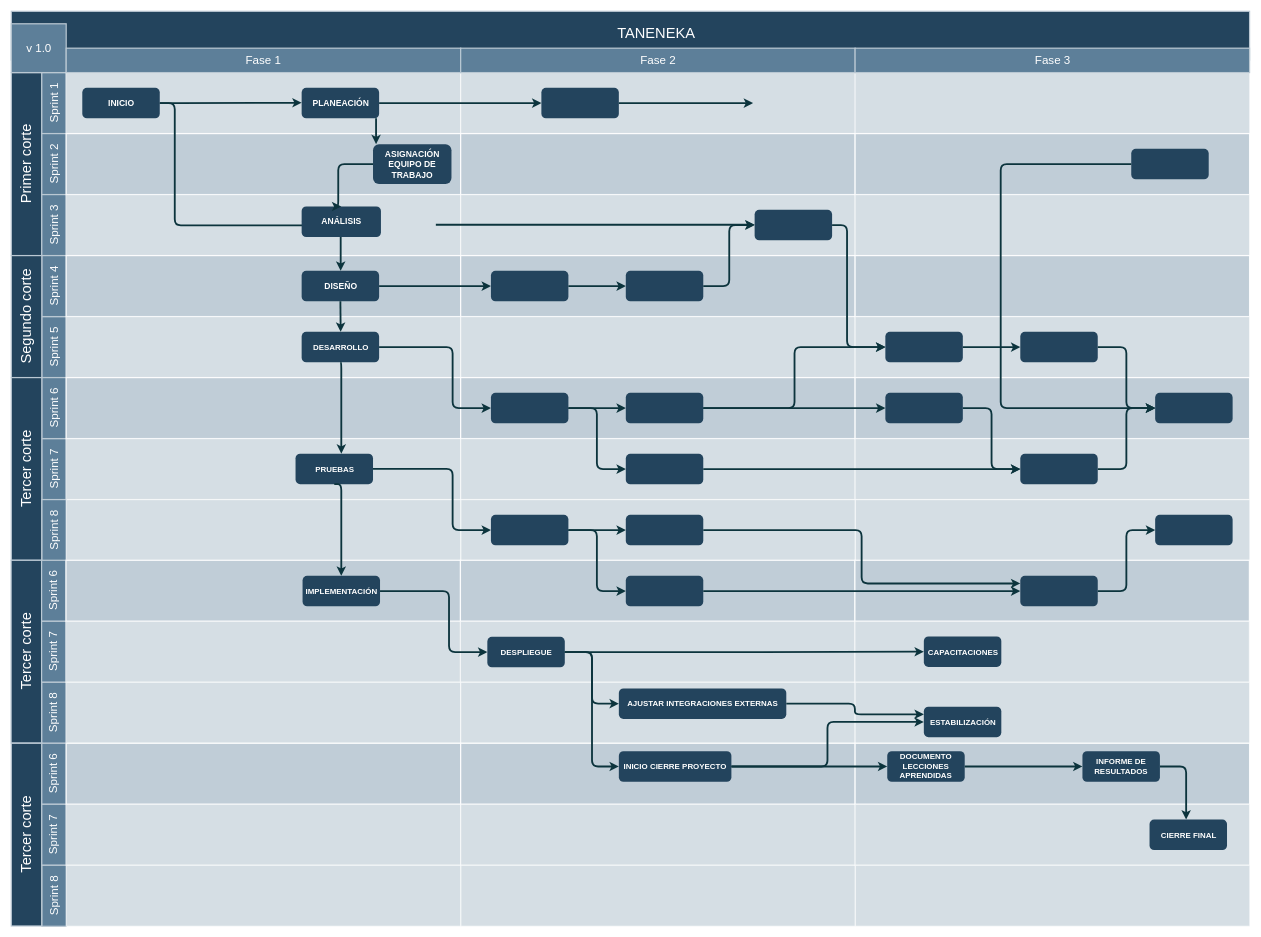
The draw.io diagram src/Untitled Diagram.drawio in lilitoones/ejercicios-open-bootcamp, before the edit. Source tidied: cells renumbered, new cells numbered last; positions are measured from the earlier drawing's top-left corner, leaving out a move shared by most shapes. Both pictures are drawn from the tidied source at 61%, with x=0, y=0 at pixel (11, 11).
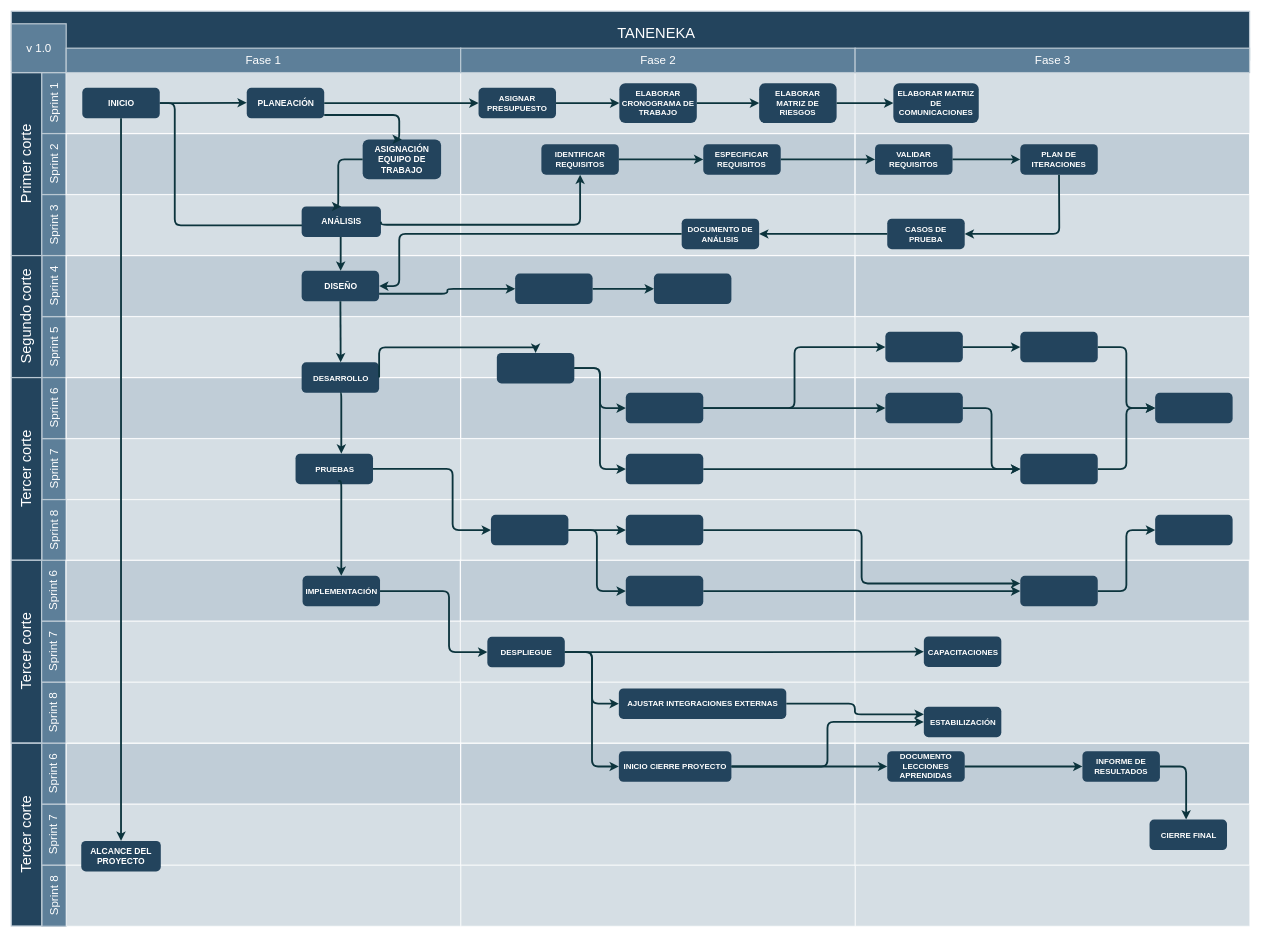
After the change.

The change refers to these unchanged cells:
```xml
<mxCell id="36" value="&lt;font style=&quot;vertical-align: inherit ; font-size: 14px&quot; color=&quot;#ffffff&quot;&gt;&lt;b&gt;INICIO&lt;/b&gt;&lt;/font&gt;" style="rounded=1;fillColor=#23445D;strokeColor=none;strokeWidth=2;fontFamily=Helvetica;html=1;gradientColor=none;" parent="1" vertex="1">
  <mxGeometry x="116.4" y="125.5" width="127" height="50" as="geometry" />
</mxCell>
<mxCell id="38" value="&lt;font style=&quot;vertical-align: inherit&quot; size=&quot;1&quot; color=&quot;#ffffff&quot;&gt;&lt;b style=&quot;font-size: 14px&quot;&gt;ANÁLISIS&lt;/b&gt;&lt;/font&gt;" style="rounded=1;fillColor=#23445D;strokeColor=none;strokeWidth=2;fontFamily=Helvetica;html=1;gradientColor=none;" parent="1" vertex="1">
  <mxGeometry x="476" y="320" width="130" height="50" as="geometry" />
</mxCell>
<mxCell id="39" value="&lt;font style=&quot;vertical-align: inherit ; font-size: 14px&quot; color=&quot;#ffffff&quot;&gt;&lt;b&gt;DISEÑO&lt;/b&gt;&lt;/font&gt;" style="rounded=1;fillColor=#23445D;strokeColor=none;strokeWidth=2;fontFamily=Helvetica;html=1;gradientColor=none;" parent="1" vertex="1">
  <mxGeometry x="476" y="425.5" width="127" height="50" as="geometry" />
</mxCell>
<mxCell id="43" style="rounded=1;fillColor=#23445D;strokeColor=none;strokeWidth=2;gradientColor=none;fontFamily=Helvetica;html=1;fontSize=13;fontStyle=1;fontColor=#FFFFFF;whiteSpace=wrap;" parent="1" vertex="1">
  <mxGeometry x="1875.2" y="625.5" width="127" height="50" as="geometry" />
</mxCell>
<mxCell id="50" style="rounded=1;fillColor=#23445D;strokeColor=none;strokeWidth=2;gradientColor=none;fontFamily=Helvetica;html=1;fontSize=13;fontStyle=1;fontColor=#FFFFFF;whiteSpace=wrap;" parent="1" vertex="1">
  <mxGeometry x="1432.9" y="525.5" width="127" height="50" as="geometry" />
</mxCell>
<mxCell id="112" value="&lt;font style=&quot;vertical-align: inherit ; font-size: 13px&quot;&gt;&lt;font style=&quot;vertical-align: inherit ; font-size: 13px&quot;&gt;&lt;font style=&quot;vertical-align: inherit ; font-size: 13px&quot;&gt;&lt;font style=&quot;vertical-align: inherit ; font-size: 13px&quot; color=&quot;#ffffff&quot;&gt;&lt;b&gt;PRUEBAS&lt;/b&gt;&lt;/font&gt;&lt;/font&gt;&lt;/font&gt;&lt;/font&gt;" style="rounded=1;fillColor=#23445D;strokeColor=none;strokeWidth=2;fontFamily=Helvetica;html=1;gradientColor=none;" parent="1" vertex="1">
  <mxGeometry x="466" y="725.2" width="127" height="50" as="geometry" />
</mxCell>
<mxCell id="125" value="&lt;font style=&quot;vertical-align: inherit ; font-size: 13px&quot;&gt;&lt;font style=&quot;vertical-align: inherit ; font-size: 13px&quot;&gt;&lt;font style=&quot;vertical-align: inherit ; font-size: 13px&quot;&gt;&lt;font style=&quot;vertical-align: inherit ; font-size: 13px&quot; color=&quot;#ffffff&quot;&gt;&lt;b&gt;IMPLEMENTACIÓN&lt;/b&gt;&lt;/font&gt;&lt;/font&gt;&lt;/font&gt;&lt;/font&gt;" style="rounded=1;fillColor=#23445D;strokeColor=none;strokeWidth=2;fontFamily=Helvetica;html=1;gradientColor=none;" parent="1" vertex="1">
  <mxGeometry x="477.5" y="925.5" width="127" height="50" as="geometry" />
</mxCell>
```

Change to the diagram source:
```diff
@@
     <mxCell id="37" value="&lt;font color=&quot;#ffffff&quot;&gt;&lt;span style=&quot;font-size: 14px&quot;&gt;&lt;b&gt;PLANEACIÓN&lt;/b&gt;&lt;/span&gt;&lt;/font&gt;" style="rounded=1;fillColor=#23445D;strokeColor=none;strokeWidth=2;fontFamily=Helvetica;html=1;gradientColor=none;" parent="1" vertex="1">
-      <mxGeometry x="476" y="125.5" width="127" height="50" as="geometry" />
+      <mxGeometry x="386" y="125.5" width="127" height="50" as="geometry" />
     </mxCell>
@@
     <mxCell id="40" value="&lt;font style=&quot;vertical-align: inherit ; font-size: 13px&quot;&gt;&lt;font style=&quot;vertical-align: inherit ; font-size: 13px&quot;&gt;&lt;font style=&quot;vertical-align: inherit ; font-size: 13px&quot;&gt;&lt;font style=&quot;vertical-align: inherit ; font-size: 13px&quot; color=&quot;#ffffff&quot;&gt;&lt;b&gt;DESARROLLO&lt;/b&gt;&lt;/font&gt;&lt;/font&gt;&lt;/font&gt;&lt;/font&gt;" style="rounded=1;fillColor=#23445D;strokeColor=none;strokeWidth=2;fontFamily=Helvetica;html=1;gradientColor=none;" parent="1" vertex="1">
-      <mxGeometry x="476" y="525.5" width="127" height="50" as="geometry" />
+      <mxGeometry x="476" y="575.5" width="127" height="50" as="geometry" />
     </mxCell>
     <mxCell id="41" value="&lt;b style=&quot;color: rgb(255 , 255 , 255) ; font-size: 14px&quot;&gt;ASIGNACIÓN EQUIPO DE TRABAJO&lt;/b&gt;" style="rounded=1;fillColor=#23445D;strokeColor=none;strokeWidth=2;fontFamily=Helvetica;html=1;gradientColor=none;whiteSpace=wrap;" parent="1" vertex="1">
-      <mxGeometry x="593" y="217.8" width="128.6" height="65.5" as="geometry" />
+      <mxGeometry x="576" y="210" width="128.6" height="65.5" as="geometry" />
     </mxCell>
-    <mxCell id="42" style="rounded=1;fillColor=#23445D;strokeColor=none;strokeWidth=2;fontFamily=Helvetica;html=1;gradientColor=none;fontSize=13;fontStyle=1;fontColor=#FFFFFF;whiteSpace=wrap;" parent="1" vertex="1">
-      <mxGeometry x="869" y="125.5" width="127" height="50" as="geometry" />
+    <mxCell id="42" value="ASIGNAR PRESUPUESTO" style="rounded=1;fillColor=#23445D;strokeColor=none;strokeWidth=2;fontFamily=Helvetica;html=1;gradientColor=none;fontSize=13;fontStyle=1;fontColor=#FFFFFF;whiteSpace=wrap;" parent="1" vertex="1">
+      <mxGeometry x="766" y="125.5" width="127" height="50" as="geometry" />
     </mxCell>
@@
     <mxCell id="44" style="rounded=1;fillColor=#23445D;strokeColor=none;strokeWidth=2;fontFamily=Helvetica;html=1;gradientColor=none;fontSize=13;fontStyle=1;fontColor=#FFFFFF;whiteSpace=wrap;" parent="1" vertex="1">
-      <mxGeometry x="1007.4" y="425.5" width="127" height="50" as="geometry" />
+      <mxGeometry x="1053.5" y="430" width="127" height="50" as="geometry" />
     </mxCell>
@@
     <mxCell id="46" style="rounded=1;fillColor=#23445D;strokeColor=none;strokeWidth=2;fontFamily=Helvetica;html=1;gradientColor=none;fontSize=13;fontStyle=1;fontColor=#FFFFFF;whiteSpace=wrap;" parent="1" vertex="1">
-      <mxGeometry x="786.3" y="625.5" width="127" height="50" as="geometry" />
+      <mxGeometry x="796" y="560" width="127" height="50" as="geometry" />
     </mxCell>
@@
     <mxCell id="48" style="rounded=1;fillColor=#23445D;strokeColor=none;strokeWidth=2;fontFamily=Helvetica;html=1;gradientColor=none;fontSize=13;fontStyle=1;fontColor=#FFFFFF;whiteSpace=wrap;" parent="1" vertex="1">
-      <mxGeometry x="786.3" y="425.5" width="127" height="50" as="geometry" />
+      <mxGeometry x="826" y="430" width="127" height="50" as="geometry" />
     </mxCell>
-    <mxCell id="49" style="rounded=1;fillColor=#23445D;strokeColor=none;strokeWidth=2;fontFamily=Helvetica;html=1;gradientColor=none;fontSize=13;fontStyle=1;fontColor=#FFFFFF;whiteSpace=wrap;" parent="1" vertex="1">
-      <mxGeometry x="1218.6" y="325.5" width="127" height="50" as="geometry" />
+    <mxCell id="49" value="DOCUMENTO DE ANÁLISIS" style="rounded=1;fillColor=#23445D;strokeColor=none;strokeWidth=2;fontFamily=Helvetica;html=1;gradientColor=none;fontSize=13;fontStyle=1;fontColor=#FFFFFF;whiteSpace=wrap;" parent="1" vertex="1">
+      <mxGeometry x="1099" y="340" width="127" height="50" as="geometry" />
     </mxCell>
@@
-    <mxCell id="52" style="rounded=1;fillColor=#23445D;strokeColor=none;strokeWidth=2;gradientColor=none;fontFamily=Helvetica;html=1;fontSize=13;fontStyle=1;fontColor=#FFFFFF;whiteSpace=wrap;" parent="1" vertex="1">
-      <mxGeometry x="1836" y="225.5" width="127" height="50" as="geometry" />
+    <mxCell id="52" value="PLAN DE ITERACIONES" style="rounded=1;fillColor=#23445D;strokeColor=none;strokeWidth=2;gradientColor=none;fontFamily=Helvetica;html=1;fontSize=13;fontStyle=1;fontColor=#FFFFFF;whiteSpace=wrap;" parent="1" vertex="1">
+      <mxGeometry x="1654.1" y="217.8" width="127" height="50" as="geometry" />
     </mxCell>
@@
-    <mxCell id="57" style="edgeStyle=elbowEdgeStyle;elbow=horizontal;strokeWidth=3;strokeColor=#0C343D;fontFamily=Helvetica;html=1;" parent="1" edge="1" source="37" target="41">
-      <mxGeometry x="6.4" y="830.5" as="geometry" />
+    <mxCell id="57" style="edgeStyle=elbowEdgeStyle;elbow=horizontal;strokeWidth=3;strokeColor=#0C343D;fontFamily=Helvetica;html=1;entryX=0.5;entryY=0;entryDx=0;entryDy=0;" parent="1" edge="1" source="37" target="41">
+      <mxGeometry x="6.4" y="830.5" as="geometry">
+        <Array as="points">
+          <mxPoint x="636" y="170" />
+        </Array>
+      </mxGeometry>
     </mxCell>
-    <mxCell id="58" style="edgeStyle=elbowEdgeStyle;elbow=horizontal;strokeWidth=3;strokeColor=#0C343D;fontFamily=Helvetica;html=1;" parent="1" edge="1" source="39" target="48">
+    <mxCell id="58" style="edgeStyle=elbowEdgeStyle;elbow=horizontal;strokeWidth=3;strokeColor=#0C343D;fontFamily=Helvetica;html=1;exitX=1;exitY=0.75;exitDx=0;exitDy=0;" parent="1" edge="1" source="39" target="48">
       <mxGeometry x="6.4" y="830.5" as="geometry" />
     </mxCell>
@@
-    <mxCell id="61" style="edgeStyle=elbowEdgeStyle;elbow=horizontal;strokeWidth=3;strokeColor=#0C343D;fontFamily=Helvetica;html=1;" parent="1" edge="1" source="40" target="46">
+    <mxCell id="61" style="edgeStyle=elbowEdgeStyle;elbow=horizontal;strokeWidth=3;strokeColor=#0C343D;fontFamily=Helvetica;html=1;exitX=1;exitY=0.5;exitDx=0;exitDy=0;" parent="1" edge="1" source="40" target="46">
       <mxGeometry x="6.4" y="830.5" as="geometry">
         <Array as="points">
+          <mxPoint x="776" y="551" />
+          <mxPoint x="746" y="545" />
           <mxPoint x="723.5" y="600.5" />
         </Array>
       </mxGeometry>
     </mxCell>
@@
-    <mxCell id="66" style="edgeStyle=elbowEdgeStyle;elbow=horizontal;strokeWidth=3;strokeColor=#0C343D;fontFamily=Helvetica;html=1;" parent="1" edge="1" source="52" target="43">
-      <mxGeometry x="6.4" y="830.5" as="geometry">
-        <Array as="points">
-          <mxPoint x="1622" y="450.5" />
-        </Array>
-      </mxGeometry>
-    </mxCell>
@@
-    <mxCell id="70" style="edgeStyle=elbowEdgeStyle;elbow=horizontal;strokeWidth=3;strokeColor=#0C343D;fontFamily=Helvetica;html=1;" parent="1" edge="1" source="44" target="49">
-      <mxGeometry x="6.4" y="830.5" as="geometry" />
-    </mxCell>
-    <mxCell id="71" style="edgeStyle=elbowEdgeStyle;elbow=horizontal;strokeWidth=3;strokeColor=#0C343D;fontFamily=Helvetica;html=1;" parent="1" edge="1" source="42">
-      <mxGeometry x="6.4" y="830.5" as="geometry">
-        <mxPoint x="1216" y="150.5" as="targetPoint" />
-      </mxGeometry>
+    <mxCell id="71" style="edgeStyle=elbowEdgeStyle;elbow=horizontal;strokeWidth=3;strokeColor=#0C343D;fontFamily=Helvetica;html=1;entryX=0;entryY=0.5;entryDx=0;entryDy=0;" parent="1" edge="1" source="42" target="147">
+      <mxGeometry x="6.4" y="830.5" as="geometry" />
     </mxCell>
@@
-    <mxCell id="74" style="edgeStyle=elbowEdgeStyle;elbow=horizontal;strokeWidth=3;strokeColor=#0C343D;fontFamily=Helvetica;html=1;" parent="1" edge="1" source="49" target="50">
-      <mxGeometry x="6.4" y="830.5" as="geometry">
-        <Array as="points">
-          <mxPoint x="1370.1" y="450.5" />
-        </Array>
-      </mxGeometry>
-    </mxCell>
@@
     <mxCell id="110" style="edgeStyle=orthogonalEdgeStyle;rounded=1;jumpStyle=none;html=1;labelBackgroundColor=#ffffff;startArrow=none;startFill=0;endArrow=classic;jettySize=auto;strokeColor=#0C343D;strokeWidth=3;fontFamily=Helvetica;fontSize=11;fontColor=#000000;exitX=1;exitY=0.5;exitDx=0;exitDy=0;" parent="1" edge="1" source="36">
       <mxGeometry relative="1" as="geometry">
-        <mxPoint x="476" y="150" as="targetPoint" />
+        <mxPoint x="386" y="150" as="targetPoint" />
         <Array as="points">
           <mxPoint x="263" y="151" />
         </Array>
       </mxGeometry>
     </mxCell>
-    <mxCell id="111" style="edgeStyle=orthogonalEdgeStyle;rounded=1;jumpStyle=none;html=1;labelBackgroundColor=#ffffff;startArrow=none;startFill=0;endArrow=classic;jettySize=auto;strokeColor=#0C343D;strokeWidth=3;fontFamily=Helvetica;fontSize=11;fontColor=#000000;" parent="1" edge="1" target="49">
+    <mxCell id="111" style="edgeStyle=orthogonalEdgeStyle;rounded=1;jumpStyle=none;html=1;labelBackgroundColor=#ffffff;startArrow=none;startFill=0;endArrow=classic;jettySize=auto;strokeColor=#0C343D;strokeWidth=3;fontFamily=Helvetica;fontSize=11;fontColor=#000000;exitX=1;exitY=0.5;exitDx=0;exitDy=0;entryX=0.5;entryY=1;entryDx=0;entryDy=0;" parent="1" edge="1" source="38" target="155">
       <mxGeometry relative="1" as="geometry">
-        <mxPoint x="696" y="350" as="sourcePoint" />
         <Array as="points">
-          <mxPoint x="716" y="350" />
-          <mxPoint x="716" y="350" />
+          <mxPoint x="606" y="350" />
+          <mxPoint x="932" y="350" />
         </Array>
       </mxGeometry>
     </mxCell>
@@
-    <mxCell id="124" style="edgeStyle=elbowEdgeStyle;elbow=horizontal;strokeWidth=3;strokeColor=#0C343D;fontFamily=Helvetica;html=1;exitX=0.5;exitY=1;exitDx=0;exitDy=0;" parent="1" edge="1" source="112" target="125">
+    <mxCell id="124" style="edgeStyle=elbowEdgeStyle;elbow=horizontal;strokeWidth=3;strokeColor=#0C343D;fontFamily=Helvetica;html=1;" parent="1" edge="1" target="125">
       <mxGeometry x="175.2" y="1355.5" as="geometry">
+        <mxPoint x="536" y="770" as="sourcePoint" />
         <Array as="points">
           <mxPoint x="541" y="850" />
           <mxPoint x="616" y="770" />
         </Array>
       </mxGeometry>
     </mxCell>
@@
     <mxCell id="143" style="edgeStyle=elbowEdgeStyle;elbow=horizontal;strokeWidth=3;strokeColor=#0C343D;fontFamily=Helvetica;html=1;exitX=0;exitY=0.5;exitDx=0;exitDy=0;entryX=0.5;entryY=0;entryDx=0;entryDy=0;" parent="1" edge="1" source="41" target="38">
       <mxGeometry x="16.4" y="840.5" as="geometry">
         <Array as="points">
-          <mxPoint x="536" y="250" />
+          <mxPoint x="536" y="240" />
         </Array>
       </mxGeometry>
     </mxCell>
@@
+    <mxCell id="145" style="edgeStyle=orthogonalEdgeStyle;rounded=1;jumpStyle=none;html=1;labelBackgroundColor=#ffffff;startArrow=none;startFill=0;endArrow=classic;jettySize=auto;strokeColor=#0C343D;strokeWidth=3;fontFamily=Helvetica;fontSize=11;fontColor=#000000;exitX=0.5;exitY=1;exitDx=0;exitDy=0;entryX=0.5;entryY=0;entryDx=0;entryDy=0;" parent="1" edge="1" source="36" target="146">
+      <mxGeometry relative="1" as="geometry">
+        <Array as="points">
+          <mxPoint x="180" y="1340" />
+        </Array>
+      </mxGeometry>
+    </mxCell>
+    <mxCell id="146" value="&lt;font color=&quot;#ffffff&quot;&gt;&lt;span style=&quot;font-size: 14px&quot;&gt;&lt;b&gt;ALCANCE DEL PROYECTO&lt;/b&gt;&lt;/span&gt;&lt;/font&gt;" style="rounded=1;fillColor=#23445D;strokeColor=none;strokeWidth=2;fontFamily=Helvetica;html=1;gradientColor=none;whiteSpace=wrap;" parent="1" vertex="1">
+      <mxGeometry x="114.7" y="1360" width="130.4" height="50" as="geometry" />
+    </mxCell>
+    <mxCell id="147" value="ELABORAR CRONOGRAMA DE TRABAJO" style="rounded=1;fillColor=#23445D;strokeColor=none;strokeWidth=2;fontFamily=Helvetica;html=1;gradientColor=none;fontSize=13;fontStyle=1;fontColor=#FFFFFF;whiteSpace=wrap;" parent="1" vertex="1">
+      <mxGeometry x="996.8" y="117.8" width="127" height="65.5" as="geometry" />
+    </mxCell>
+    <mxCell id="148" style="edgeStyle=elbowEdgeStyle;elbow=horizontal;strokeWidth=3;strokeColor=#0C343D;fontFamily=Helvetica;html=1;entryX=0;entryY=0.5;entryDx=0;entryDy=0;" parent="1" edge="1" source="147" target="149">
+      <mxGeometry x="326.4" y="830.5" as="geometry" />
+    </mxCell>
+    <mxCell id="149" value="ELABORAR MATRIZ DE RIESGOS" style="rounded=1;fillColor=#23445D;strokeColor=none;strokeWidth=2;fontFamily=Helvetica;html=1;gradientColor=none;fontSize=13;fontStyle=1;fontColor=#FFFFFF;whiteSpace=wrap;" parent="1" vertex="1">
+      <mxGeometry x="1226" y="117.8" width="127" height="65.5" as="geometry" />
+    </mxCell>
+    <mxCell id="150" style="edgeStyle=elbowEdgeStyle;elbow=horizontal;strokeWidth=3;strokeColor=#0C343D;fontFamily=Helvetica;html=1;entryX=0;entryY=0.5;entryDx=0;entryDy=0;" parent="1" edge="1" source="149" target="151">
+      <mxGeometry x="644.9" y="830.5" as="geometry" />
+    </mxCell>
+    <mxCell id="151" value="ELABORAR MATRIZ DE COMUNICACIONES" style="rounded=1;fillColor=#23445D;strokeColor=none;strokeWidth=2;fontFamily=Helvetica;html=1;gradientColor=none;fontSize=13;fontStyle=1;fontColor=#FFFFFF;whiteSpace=wrap;" parent="1" vertex="1">
+      <mxGeometry x="1446" y="117.8" width="140" height="65.5" as="geometry" />
+    </mxCell>
+    <mxCell id="152" value="VALIDAR REQUISITOS" style="rounded=1;fillColor=#23445D;strokeColor=none;strokeWidth=2;gradientColor=none;fontFamily=Helvetica;html=1;fontSize=13;fontStyle=1;fontColor=#FFFFFF;whiteSpace=wrap;" parent="1" vertex="1">
+      <mxGeometry x="1416" y="217.8" width="127" height="50" as="geometry" />
+    </mxCell>
+    <mxCell id="153" value="CASOS DE PRUEBA" style="rounded=1;fillColor=#23445D;strokeColor=none;strokeWidth=2;gradientColor=none;fontFamily=Helvetica;html=1;fontSize=13;fontStyle=1;fontColor=#FFFFFF;whiteSpace=wrap;" parent="1" vertex="1">
+      <mxGeometry x="1436" y="340" width="127" height="50" as="geometry" />
+    </mxCell>
+    <mxCell id="154" value="ESPECIFICAR REQUISITOS" style="rounded=1;fillColor=#23445D;strokeColor=none;strokeWidth=2;gradientColor=none;fontFamily=Helvetica;html=1;fontSize=13;fontStyle=1;fontColor=#FFFFFF;whiteSpace=wrap;" parent="1" vertex="1">
+      <mxGeometry x="1134.4" y="217.8" width="127" height="50" as="geometry" />
+    </mxCell>
+    <mxCell id="155" value="IDENTIFICAR REQUISITOS" style="rounded=1;fillColor=#23445D;strokeColor=none;strokeWidth=2;gradientColor=none;fontFamily=Helvetica;html=1;fontSize=13;fontStyle=1;fontColor=#FFFFFF;whiteSpace=wrap;" parent="1" vertex="1">
+      <mxGeometry x="869" y="217.8" width="127" height="50" as="geometry" />
+    </mxCell>
+    <mxCell id="156" style="edgeStyle=elbowEdgeStyle;elbow=horizontal;strokeWidth=3;strokeColor=#0C343D;fontFamily=Helvetica;html=1;entryX=0;entryY=0.5;entryDx=0;entryDy=0;exitX=1;exitY=0.5;exitDx=0;exitDy=0;" parent="1" edge="1" source="155" target="154">
+      <mxGeometry x="128.4" y="922.2" as="geometry" />
+    </mxCell>
+    <mxCell id="157" style="edgeStyle=elbowEdgeStyle;elbow=horizontal;strokeWidth=3;strokeColor=#0C343D;fontFamily=Helvetica;html=1;entryX=0;entryY=0.5;entryDx=0;entryDy=0;exitX=1;exitY=0.5;exitDx=0;exitDy=0;" parent="1" edge="1" source="154" target="152">
+      <mxGeometry x="402.9" y="929.5" as="geometry" />
+    </mxCell>
+    <mxCell id="158" style="edgeStyle=elbowEdgeStyle;elbow=horizontal;strokeWidth=3;strokeColor=#0C343D;fontFamily=Helvetica;html=1;entryX=0;entryY=0.5;entryDx=0;entryDy=0;exitX=1;exitY=0.5;exitDx=0;exitDy=0;" parent="1" edge="1" source="152" target="52">
+      <mxGeometry x="662.4" y="959.5" as="geometry" />
+    </mxCell>
+    <mxCell id="159" style="edgeStyle=elbowEdgeStyle;elbow=horizontal;strokeWidth=3;strokeColor=#0C343D;fontFamily=Helvetica;html=1;entryX=1;entryY=0.5;entryDx=0;entryDy=0;exitX=0;exitY=0.5;exitDx=0;exitDy=0;" parent="1" edge="1" source="153" target="49">
+      <mxGeometry x="498.4" y="1029.5" as="geometry" />
+    </mxCell>
+    <mxCell id="160" style="edgeStyle=elbowEdgeStyle;elbow=horizontal;strokeWidth=3;strokeColor=#0C343D;fontFamily=Helvetica;html=1;entryX=1;entryY=0.5;entryDx=0;entryDy=0;exitX=0.5;exitY=1;exitDx=0;exitDy=0;" parent="1" edge="1" source="52" target="153">
+      <mxGeometry x="818.4" y="999.5" as="geometry">
+        <Array as="points">
+          <mxPoint x="1718" y="351" />
+        </Array>
+      </mxGeometry>
+    </mxCell>
+    <mxCell id="161" style="edgeStyle=elbowEdgeStyle;elbow=horizontal;strokeWidth=3;strokeColor=#0C343D;fontFamily=Helvetica;html=1;entryX=1;entryY=0.5;entryDx=0;entryDy=0;exitX=0;exitY=0.5;exitDx=0;exitDy=0;" parent="1" edge="1" source="49" target="39">
+      <mxGeometry x="178.4" y="1029.5" as="geometry">
+        <Array as="points">
+          <mxPoint x="636" y="410" />
+          <mxPoint x="1026" y="360" />
+          <mxPoint x="766" y="410" />
+          <mxPoint x="986" y="360" />
+          <mxPoint x="926" y="400" />
+          <mxPoint x="1066" y="380" />
+          <mxPoint x="716" y="380" />
+          <mxPoint x="816" y="380" />
+        </Array>
+      </mxGeometry>
+    </mxCell>
```
